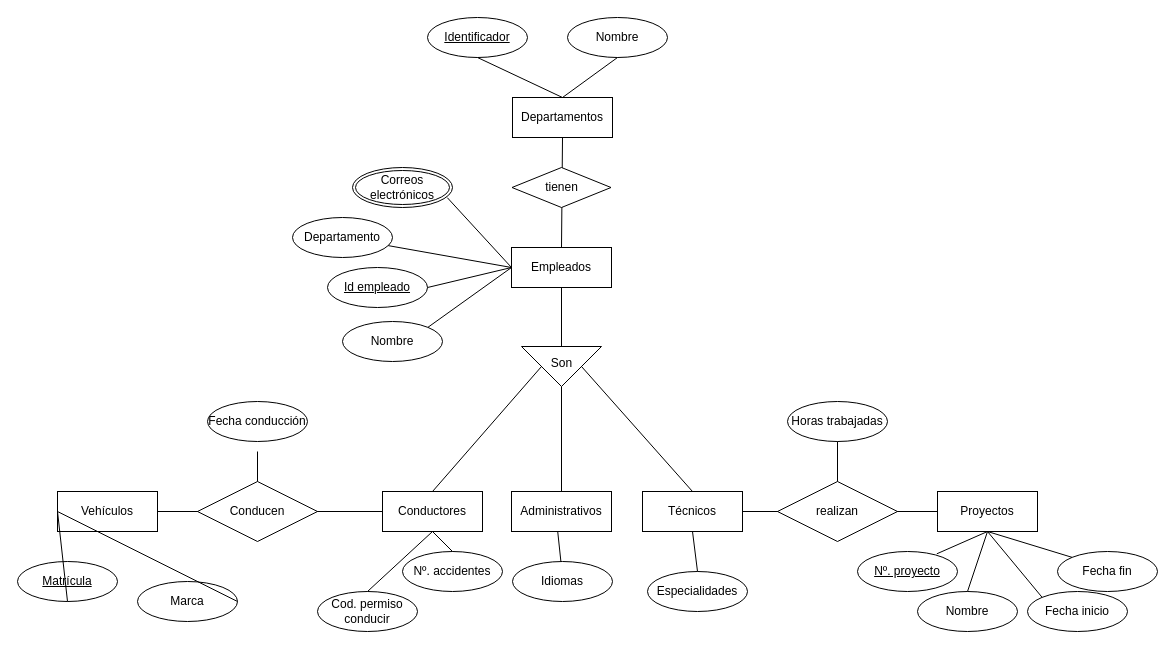
Above: Tarea 5 - Control por departamentos.drawio in popnoart/popnoart (draw.io), before the change. Source tidied: cells renumbered, new cells numbered last; positions are measured from the earlier drawing's top-left corner, leaving out a move shared by most shapes. Both pictures are drawn from the tidied source at 100%, with x=0, y=0 at pixel (17, 17).
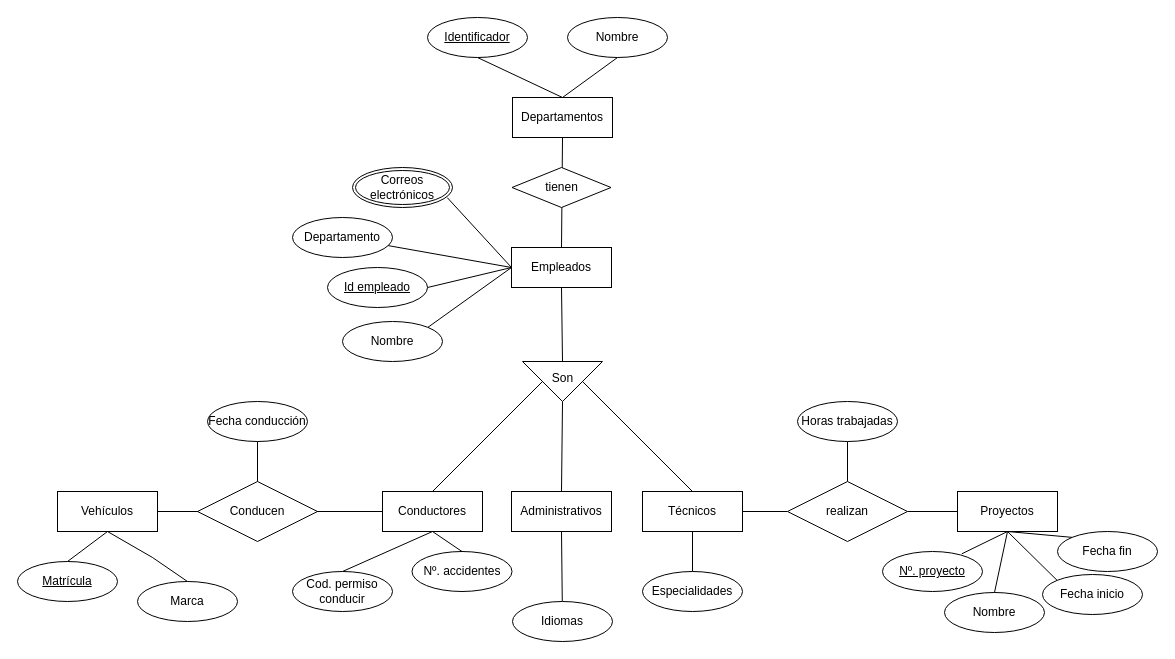
The same page after the edit.

Unchanged cells that the change refers to:
```xml
<mxCell id="17" value="Administrativos" style="whiteSpace=wrap;html=1;align=center;" parent="1" vertex="1">
  <mxGeometry x="494" y="474" width="100" height="40" as="geometry" />
</mxCell>
<mxCell id="18" value="Técnicos" style="whiteSpace=wrap;html=1;align=center;" parent="1" vertex="1">
  <mxGeometry x="625" y="474" width="100" height="40" as="geometry" />
</mxCell>
<mxCell id="31" value="Vehículos" style="whiteSpace=wrap;html=1;align=center;" parent="1" vertex="1">
  <mxGeometry x="40" y="474" width="100" height="40" as="geometry" />
</mxCell>
<mxCell id="32" value="Marca" style="ellipse;whiteSpace=wrap;html=1;align=center;" parent="1" vertex="1">
  <mxGeometry x="120" y="564" width="100" height="40" as="geometry" />
</mxCell>
<mxCell id="33" value="Matrícula" style="ellipse;whiteSpace=wrap;html=1;align=center;fontStyle=4;" parent="1" vertex="1">
  <mxGeometry y="544" width="100" height="40" as="geometry" />
</mxCell>
<mxCell id="38" value="Fecha conducción" style="ellipse;whiteSpace=wrap;html=1;align=center;" parent="1" vertex="1">
  <mxGeometry x="190" y="384" width="100" height="40" as="geometry" />
</mxCell>
```

What changed in the source:
```diff
@@
     <mxCell id="14" value="Cod. permiso conducir" style="ellipse;whiteSpace=wrap;html=1;align=center;" parent="1" vertex="1">
-      <mxGeometry x="300" y="574" width="100" height="40" as="geometry" />
+      <mxGeometry x="275" y="554" width="100" height="40" as="geometry" />
     </mxCell>
     <mxCell id="15" style="verticalLabelPosition=bottom;verticalAlign=top;html=1;shape=mxgraph.basic.acute_triangle;dx=0.5;rotation=-180;" parent="1" vertex="1">
-      <mxGeometry x="504" y="329" width="80" height="40" as="geometry" />
+      <mxGeometry x="505" y="344" width="80" height="40" as="geometry" />
     </mxCell>
@@
     <mxCell id="19" value="Nº. accidentes" style="ellipse;whiteSpace=wrap;html=1;align=center;" parent="1" vertex="1">
-      <mxGeometry x="385" y="534" width="100" height="40" as="geometry" />
+      <mxGeometry x="394.5" y="534" width="100" height="40" as="geometry" />
     </mxCell>
     <mxCell id="20" value="Idiomas" style="ellipse;whiteSpace=wrap;html=1;align=center;" parent="1" vertex="1">
-      <mxGeometry x="495" y="544" width="100" height="40" as="geometry" />
+      <mxGeometry x="495" y="584" width="100" height="40" as="geometry" />
     </mxCell>
     <mxCell id="21" value="Especialidades" style="ellipse;whiteSpace=wrap;html=1;align=center;" parent="1" vertex="1">
-      <mxGeometry x="630" y="554" width="100" height="40" as="geometry" />
+      <mxGeometry x="625" y="554" width="100" height="40" as="geometry" />
     </mxCell>
@@
     <mxCell id="26" value="Son" style="text;html=1;align=center;verticalAlign=middle;strokeColor=none;fillColor=none;" parent="1" vertex="1">
-      <mxGeometry x="524" y="331" width="40" height="30" as="geometry" />
+      <mxGeometry x="525" y="346" width="40" height="30" as="geometry" />
     </mxCell>
@@
-    <mxCell id="29" style="endArrow=none;html=1;rounded=0;exitX=0.462;exitY=0.996;exitDx=0;exitDy=0;exitPerimeter=0;" parent="1" edge="1" source="17" target="20">
+    <mxCell id="29" style="endArrow=none;html=1;rounded=0;exitX=0.5;exitY=1;exitDx=0;exitDy=0;" parent="1" edge="1" source="17" target="20">
       <mxGeometry relative="1" as="geometry" />
     </mxCell>
@@
-    <mxCell id="36" style="endArrow=none;html=1;rounded=0;exitX=0.5;exitY=1;exitDx=0;exitDy=0;entryX=0;entryY=0.5;entryDx=0;entryDy=0;" parent="1" edge="1" source="33" target="31">
+    <mxCell id="36" style="endArrow=none;html=1;rounded=0;exitX=0.5;exitY=0;exitDx=0;exitDy=0;entryX=0.5;entryY=1;entryDx=0;entryDy=0;" parent="1" edge="1" source="33" target="31">
       <mxGeometry relative="1" as="geometry" />
     </mxCell>
-    <mxCell id="37" style="endArrow=none;html=1;rounded=0;exitX=1;exitY=0.5;exitDx=0;exitDy=0;entryX=0;entryY=0.5;entryDx=0;entryDy=0;" parent="1" edge="1" source="32" target="31">
-      <mxGeometry relative="1" as="geometry" />
+    <mxCell id="37" style="endArrow=none;html=1;rounded=0;exitX=0.5;exitY=0;exitDx=0;exitDy=0;entryX=0.5;entryY=1;entryDx=0;entryDy=0;" parent="1" edge="1" source="32" target="31">
+      <mxGeometry relative="1" as="geometry">
+        <Array as="points">
+          <mxPoint x="135" y="540" />
+        </Array>
+      </mxGeometry>
     </mxCell>
@@
-    <mxCell id="39" style="endArrow=none;html=1;rounded=0;" parent="1" edge="1">
+    <mxCell id="39" style="endArrow=none;html=1;rounded=0;exitX=0.5;exitY=1;exitDx=0;exitDy=0;" parent="1" edge="1" source="38">
       <mxGeometry relative="1" as="geometry">
-        <mxPoint x="240" y="434" as="sourcePoint" />
         <mxPoint x="240" y="464" as="targetPoint" />
       </mxGeometry>
     </mxCell>
     <mxCell id="40" value="Proyectos" style="whiteSpace=wrap;html=1;align=center;" parent="1" vertex="1">
-      <mxGeometry x="920" y="474" width="100" height="40" as="geometry" />
+      <mxGeometry x="940" y="474" width="100" height="40" as="geometry" />
     </mxCell>
-    <mxCell id="41" style="endArrow=none;html=1;rounded=0;entryX=0;entryY=0.5;entryDx=0;entryDy=0;exitX=1;exitY=0.5;exitDx=0;exitDy=0;" parent="1" edge="1" source="18" target="40">
+    <mxCell id="41" style="endArrow=none;html=1;rounded=0;entryX=0;entryY=0.5;entryDx=0;entryDy=0;exitX=1;exitY=0.5;exitDx=0;exitDy=0;" parent="1" edge="1" source="42" target="40">
       <mxGeometry relative="1" as="geometry" />
     </mxCell>
-    <mxCell id="42" value="realizan" style="shape=rhombus;perimeter=rhombusPerimeter;whiteSpace=wrap;html=1;align=center;" parent="1" vertex="1">
-      <mxGeometry x="760" y="464" width="120" height="60" as="geometry" />
-    </mxCell>
     <mxCell id="43" value="Nº. proyecto" style="ellipse;whiteSpace=wrap;html=1;align=center;fontStyle=4;" parent="1" vertex="1">
-      <mxGeometry x="840" y="534" width="100" height="40" as="geometry" />
+      <mxGeometry x="865" y="534" width="100" height="40" as="geometry" />
     </mxCell>
     <mxCell id="44" value="Nombre" style="ellipse;whiteSpace=wrap;html=1;align=center;" parent="1" vertex="1">
-      <mxGeometry x="900" y="574" width="100" height="40" as="geometry" />
+      <mxGeometry x="927" y="575" width="100" height="40" as="geometry" />
     </mxCell>
     <mxCell id="45" value="Fecha inicio" style="ellipse;whiteSpace=wrap;html=1;align=center;" parent="1" vertex="1">
-      <mxGeometry x="1010" y="574" width="100" height="40" as="geometry" />
+      <mxGeometry x="1025" y="557" width="100" height="40" as="geometry" />
     </mxCell>
     <mxCell id="46" value="Fecha fin" style="ellipse;whiteSpace=wrap;html=1;align=center;" parent="1" vertex="1">
-      <mxGeometry x="1040" y="534" width="100" height="40" as="geometry" />
+      <mxGeometry x="1040" y="514" width="100" height="40" as="geometry" />
     </mxCell>
@@
     <mxCell id="51" value="Horas trabajadas" style="ellipse;whiteSpace=wrap;html=1;align=center;" parent="1" vertex="1">
-      <mxGeometry x="770" y="384" width="100" height="40" as="geometry" />
+      <mxGeometry x="780" y="384" width="100" height="40" as="geometry" />
     </mxCell>
@@
+    <mxCell id="57" style="endArrow=none;html=1;rounded=0;entryX=0;entryY=0.5;entryDx=0;entryDy=0;exitX=1;exitY=0.5;exitDx=0;exitDy=0;" parent="1" edge="1" source="18" target="42">
+      <mxGeometry relative="1" as="geometry" />
+    </mxCell>
+    <mxCell id="42" value="realizan" style="shape=rhombus;perimeter=rhombusPerimeter;whiteSpace=wrap;html=1;align=center;" parent="1" vertex="1">
+      <mxGeometry x="770" y="464" width="120" height="60" as="geometry" />
+    </mxCell>
```
